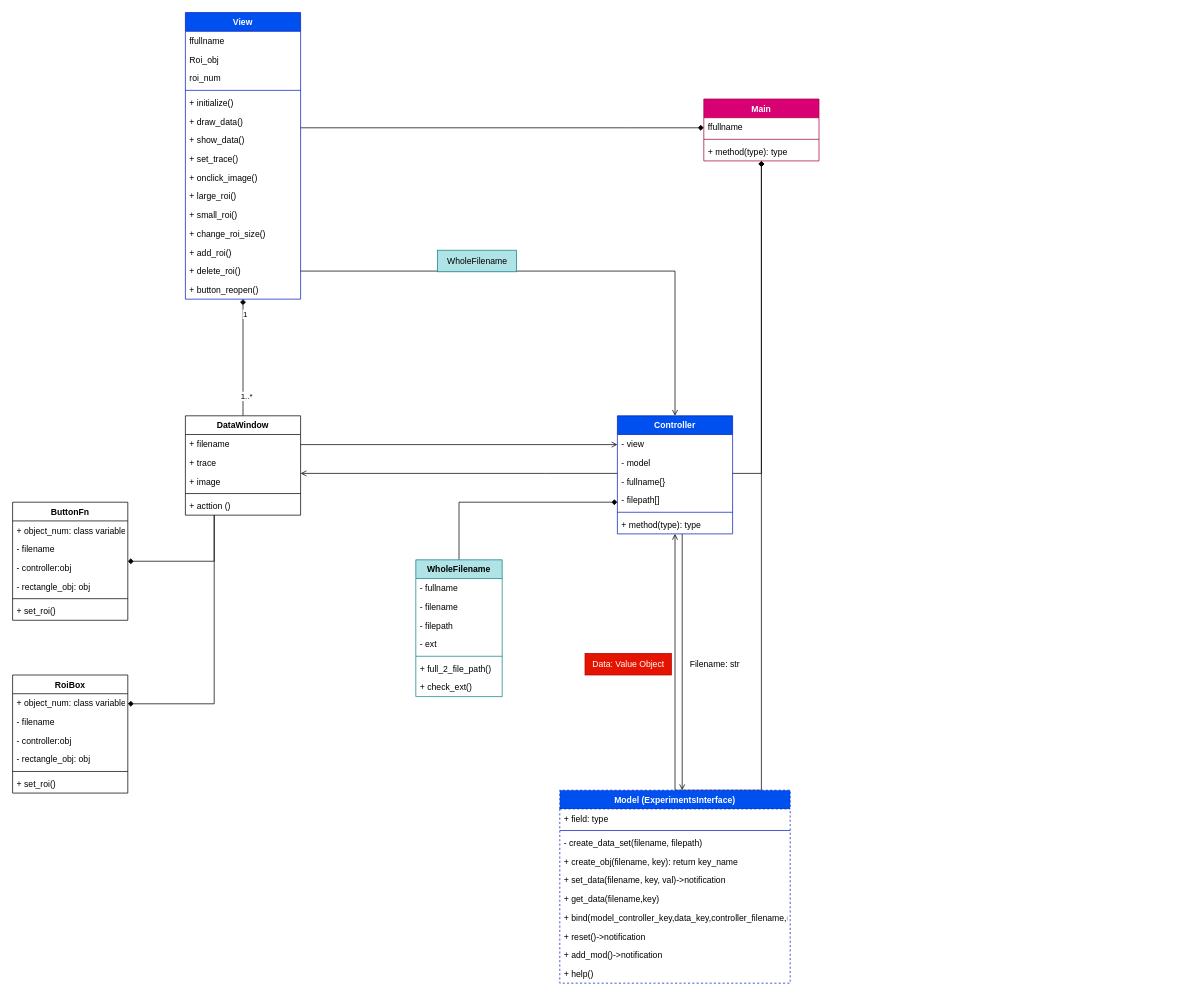
Before: page "view_controller" (1 of 3) of UML_SCANDATA.drawio in lunelukkio/SCANDATA, a draw.io diagram. Source tidied: cells renumbered, new cells numbered last; positions are measured from the earlier drawing's top-left corner, leaving out a move shared by most shapes. Both pictures are drawn from the tidied source at 72%, with x=0, y=0 at pixel (12, 12).
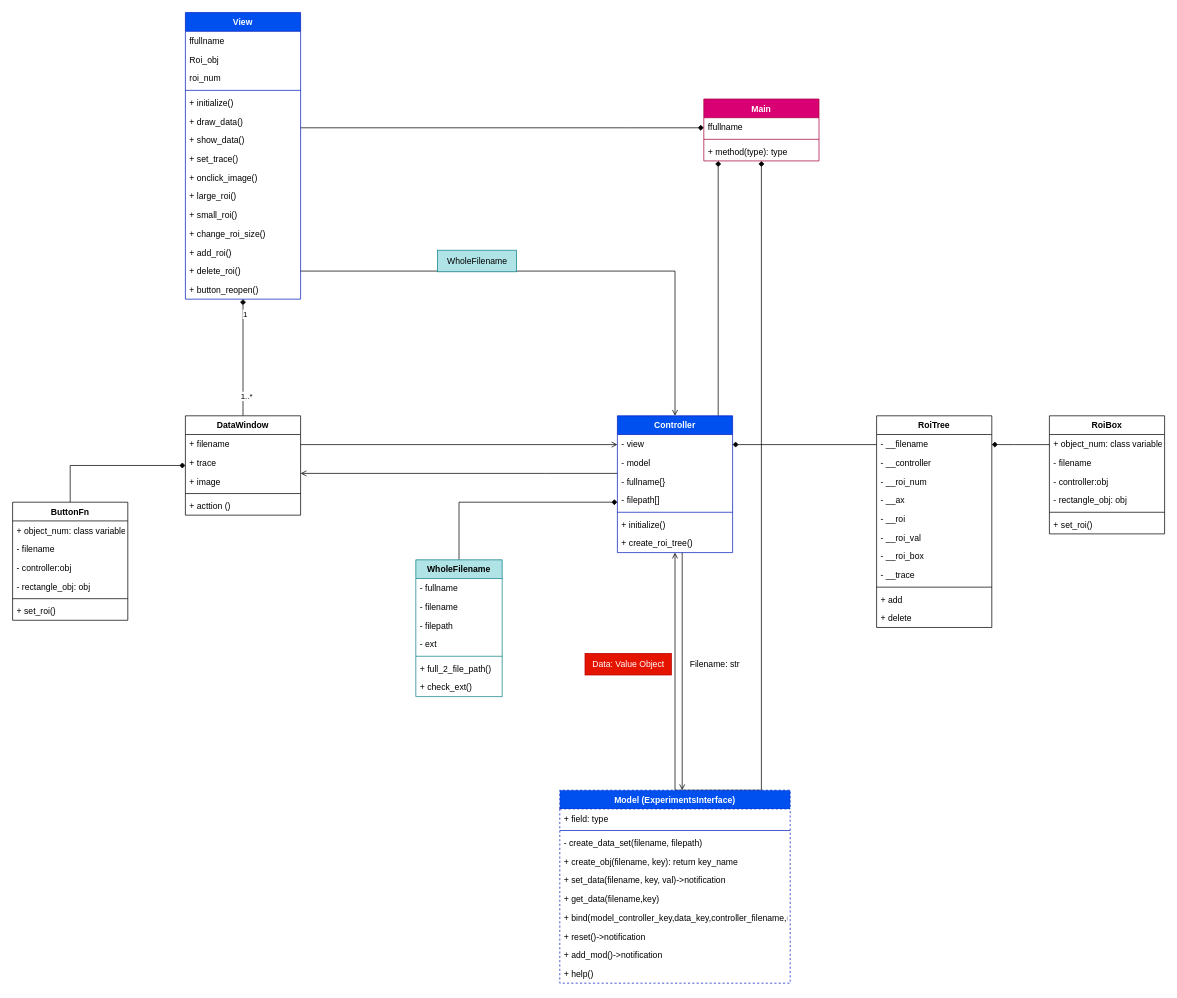
After the change.

Unchanged cells that the change refers to:
```xml
<mxCell id="36" value="DataWindow" style="swimlane;fontStyle=1;align=center;verticalAlign=top;horizontal=1;startSize=26;" parent="1" vertex="1">
  <mxGeometry x="240" y="560" width="160" height="138" as="geometry" />
</mxCell>
<mxCell id="56" value="Main" style="swimlane;fontStyle=1;align=center;verticalAlign=top;horizontal=1;startSize=26;fillColor=#d80073;fontColor=#ffffff;strokeColor=#A50040;" parent="1" vertex="1">
  <mxGeometry x="960" y="120" width="160" height="86" as="geometry" />
</mxCell>
<mxCell id="76" value="ButtonFn" style="swimlane;fontStyle=1;align=center;verticalAlign=top;horizontal=1;startSize=26;" parent="1" vertex="1">
  <mxGeometry y="680" width="160" height="164" as="geometry" />
</mxCell>
```

The edit, as a diff of the source:
```diff
@@
-    <mxCell id="4" style="edgeStyle=orthogonalEdgeStyle;rounded=0;jettySize=auto;html=1;endArrow=diamond;endFill=1;" parent="1" edge="1" source="36" target="69">
-      <mxGeometry relative="1" as="geometry">
-        <Array as="points">
-          <mxPoint x="280" y="960" />
-        </Array>
-      </mxGeometry>
-    </mxCell>
-    <mxCell id="5" style="edgeStyle=orthogonalEdgeStyle;rounded=0;jettySize=auto;html=1;endArrow=diamond;endFill=1;" parent="1" edge="1" source="36" target="76">
-      <mxGeometry relative="1" as="geometry">
-        <Array as="points">
-          <mxPoint x="280" y="762" />
-        </Array>
-      </mxGeometry>
-    </mxCell>
@@
     <mxCell id="24" style="edgeStyle=orthogonalEdgeStyle;rounded=0;jettySize=auto;html=1;endArrow=diamond;endFill=1;" parent="1" edge="1" source="25" target="56">
       <mxGeometry relative="1" as="geometry">
         <Array as="points">
-          <mxPoint x="1040" y="640" />
+          <mxPoint x="980" y="360" />
+          <mxPoint x="980" y="360" />
         </Array>
       </mxGeometry>
     </mxCell>
     <mxCell id="25" value="Controller" style="swimlane;fontStyle=1;align=center;verticalAlign=top;horizontal=1;startSize=26;fillColor=#0050ef;fontColor=#ffffff;strokeColor=#001DBC;" parent="1" vertex="1">
-      <mxGeometry x="840" y="560" width="160" height="164" as="geometry" />
+      <mxGeometry x="840" y="560" width="160" height="190" as="geometry" />
     </mxCell>
@@
-    <mxCell id="31" value="+ method(type): type" style="text;strokeColor=none;fillColor=none;align=left;verticalAlign=top;spacingLeft=4;spacingRight=4;overflow=hidden;" parent="25" vertex="1">
+    <mxCell id="31" value="+ initialize()" style="text;strokeColor=none;fillColor=none;align=left;verticalAlign=top;spacingLeft=4;spacingRight=4;overflow=hidden;" parent="25" vertex="1">
       <mxGeometry y="138" width="160" height="26" as="geometry" />
     </mxCell>
+    <mxCell id="85" value="+ create_roi_tree()" style="text;strokeColor=none;fillColor=none;align=left;verticalAlign=top;spacingLeft=4;spacingRight=4;overflow=hidden;" parent="25" vertex="1">
+      <mxGeometry y="164" width="160" height="26" as="geometry" />
+    </mxCell>
@@
+    <mxCell id="86" style="edgeStyle=orthogonalEdgeStyle;rounded=0;jettySize=auto;html=1;endArrow=diamond;endFill=1;" parent="1" edge="1" source="69" target="89">
+      <mxGeometry relative="1" as="geometry">
+        <Array as="points">
+          <mxPoint x="1390" y="600" />
+          <mxPoint x="1390" y="600" />
+        </Array>
+      </mxGeometry>
+    </mxCell>
     <mxCell id="69" value="RoiBox" style="swimlane;fontStyle=1;align=center;verticalAlign=top;horizontal=1;startSize=26;" parent="1" vertex="1">
-      <mxGeometry y="920" width="160" height="164" as="geometry" />
+      <mxGeometry x="1440" y="560" width="160" height="164" as="geometry" />
     </mxCell>
@@
+    <mxCell id="87" style="edgeStyle=orthogonalEdgeStyle;rounded=0;jettySize=auto;html=1;exitX=0.5;exitY=0;exitDx=0;exitDy=0;endArrow=diamond;endFill=1;" parent="1" edge="1" source="76" target="36">
+      <mxGeometry relative="1" as="geometry" />
+    </mxCell>
@@
+    <mxCell id="88" style="edgeStyle=orthogonalEdgeStyle;rounded=0;jettySize=auto;html=1;endArrow=diamond;endFill=1;" parent="1" edge="1" source="89" target="25">
+      <mxGeometry relative="1" as="geometry">
+        <Array as="points">
+          <mxPoint x="1070" y="600" />
+          <mxPoint x="1070" y="600" />
+        </Array>
+      </mxGeometry>
+    </mxCell>
+    <mxCell id="89" value="RoiTree" style="swimlane;fontStyle=1;align=center;verticalAlign=top;horizontal=1;startSize=26;" parent="1" vertex="1">
+      <mxGeometry x="1200" y="560" width="160" height="294" as="geometry" />
+    </mxCell>
+    <mxCell id="90" value="- __filename" style="text;strokeColor=none;fillColor=none;align=left;verticalAlign=top;spacingLeft=4;spacingRight=4;overflow=hidden;" parent="89" vertex="1">
+      <mxGeometry y="26" width="160" height="26" as="geometry" />
+    </mxCell>
+    <mxCell id="91" value="- __controller" style="text;strokeColor=none;fillColor=none;align=left;verticalAlign=top;spacingLeft=4;spacingRight=4;overflow=hidden;" parent="89" vertex="1">
+      <mxGeometry y="52" width="160" height="26" as="geometry" />
+    </mxCell>
+    <mxCell id="92" value="- __roi_num" style="text;strokeColor=none;fillColor=none;align=left;verticalAlign=top;spacingLeft=4;spacingRight=4;overflow=hidden;" parent="89" vertex="1">
+      <mxGeometry y="78" width="160" height="26" as="geometry" />
+    </mxCell>
+    <mxCell id="93" value="- __ax" style="text;strokeColor=none;fillColor=none;align=left;verticalAlign=top;spacingLeft=4;spacingRight=4;overflow=hidden;" parent="89" vertex="1">
+      <mxGeometry y="104" width="160" height="26" as="geometry" />
+    </mxCell>
+    <mxCell id="94" value="- __roi" style="text;strokeColor=none;fillColor=none;align=left;verticalAlign=top;spacingLeft=4;spacingRight=4;overflow=hidden;" parent="89" vertex="1">
+      <mxGeometry y="130" width="160" height="26" as="geometry" />
+    </mxCell>
+    <mxCell id="95" value="- __roi_val" style="text;strokeColor=none;fillColor=none;align=left;verticalAlign=top;spacingLeft=4;spacingRight=4;overflow=hidden;" parent="89" vertex="1">
+      <mxGeometry y="156" width="160" height="26" as="geometry" />
+    </mxCell>
+    <mxCell id="96" value="- __roi_box" style="text;strokeColor=none;fillColor=none;align=left;verticalAlign=top;spacingLeft=4;spacingRight=4;overflow=hidden;" parent="89" vertex="1">
+      <mxGeometry y="182" width="160" height="26" as="geometry" />
+    </mxCell>
+    <mxCell id="97" value="- __trace" style="text;strokeColor=none;fillColor=none;align=left;verticalAlign=top;spacingLeft=4;spacingRight=4;overflow=hidden;" parent="89" vertex="1">
+      <mxGeometry y="208" width="160" height="26" as="geometry" />
+    </mxCell>
+    <mxCell id="98" style="line;strokeWidth=1;fillColor=none;align=left;verticalAlign=middle;spacingTop=-1;spacingLeft=3;spacingRight=3;labelPosition=right;strokeColor=inherit;" parent="89" vertex="1">
+      <mxGeometry y="234" width="160" height="8" as="geometry" />
+    </mxCell>
+    <mxCell id="99" value="+ add" style="text;strokeColor=none;fillColor=none;align=left;verticalAlign=top;spacingLeft=4;spacingRight=4;overflow=hidden;" parent="89" vertex="1">
+      <mxGeometry y="242" width="160" height="26" as="geometry" />
+    </mxCell>
+    <mxCell id="100" value="+ delete" style="text;strokeColor=none;fillColor=none;align=left;verticalAlign=top;spacingLeft=4;spacingRight=4;overflow=hidden;" parent="89" vertex="1">
+      <mxGeometry y="268" width="160" height="26" as="geometry" />
+    </mxCell>
```
